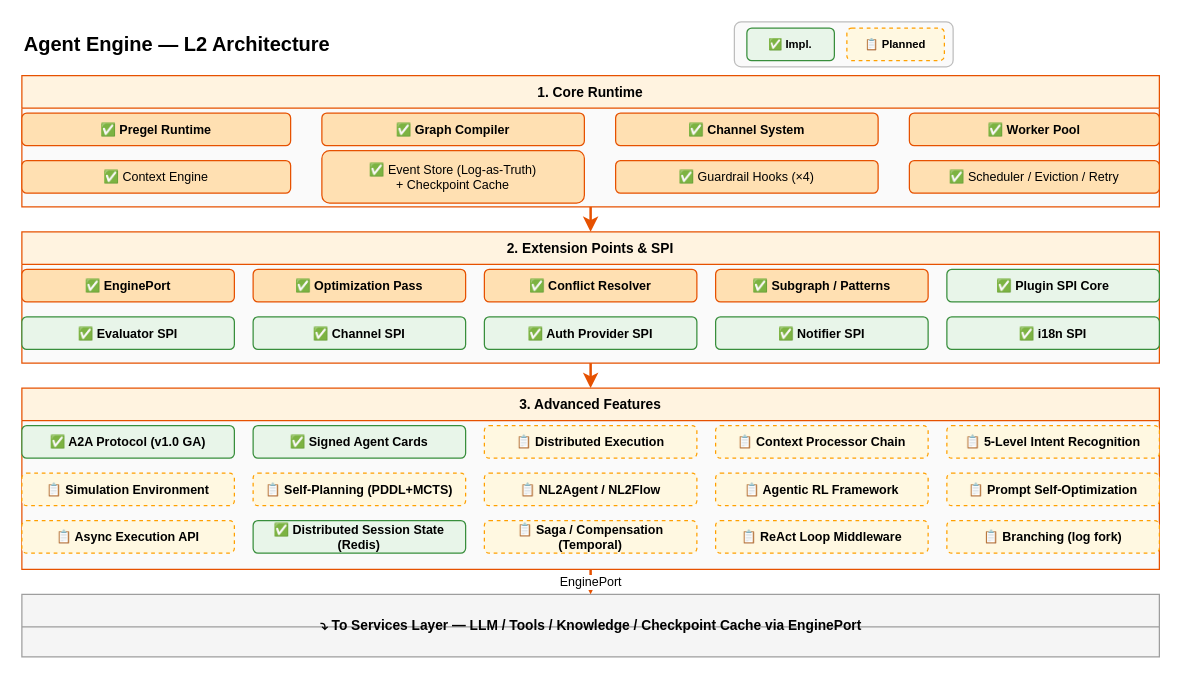
The draw.io diagram docs/design/hardware/agent-engine-l2.drawio in xueyufish/hecate, before the edit. Source tidied: cells renumbered, new cells numbered last; positions are measured from the earlier drawing's top-left corner, leaving out a move shared by most shapes. Both pictures are drawn from the tidied source at 125%, with x=0, y=0 at pixel (21, 21).
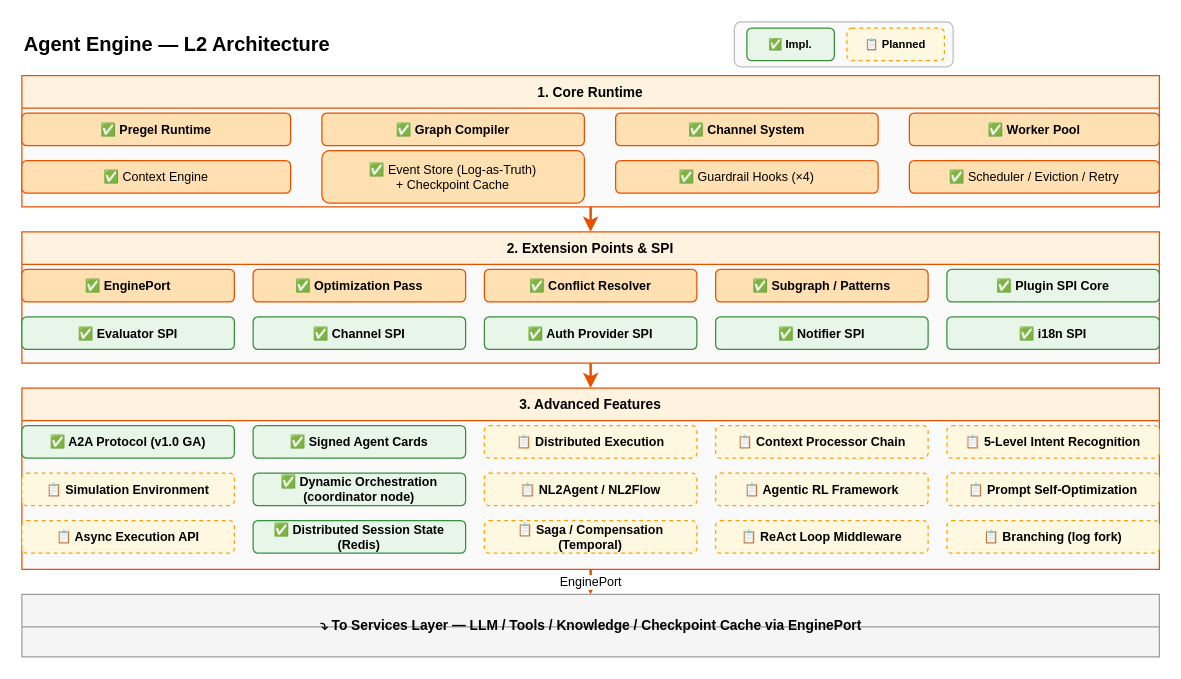
After the change.

The change refers to these unchanged cells:
```xml
<mxCell id="26" value="3. Advanced Features" style="swimlane;startSize=26;fillColor=#FFF3E0;strokeColor=#E65100;fontSize=11;fontStyle=1;swimlaneFillColor=#FAFAFA;" parent="1" vertex="1">
  <mxGeometry y="293" width="910" height="145" as="geometry" />
</mxCell>
```

The edit, as a diff of the source:
```diff
@@
-    <mxCell id="33" value="📋 Self-Planning (PDDL+MCTS)" style="rounded=1;whiteSpace=wrap;html=1;fillColor=#FFF8E1;strokeColor=#FFA000;fontSize=10;fontStyle=1;dashed=1;" parent="26" vertex="1">
-      <mxGeometry x="185" y="68" width="170" height="26" as="geometry" />
-    </mxCell>
+    <mxCell id="47" value="✅ Dynamic Orchestration (coordinator node)" style="rounded=1;whiteSpace=wrap;html=1;fillColor=#E8F5E9;strokeColor=#388E3C;fontSize=10;fontStyle=1;" parent="26" vertex="1">
+      <mxGeometry x="185" y="68" width="170" height="26" as="geometry" />
+    </mxCell>
```
